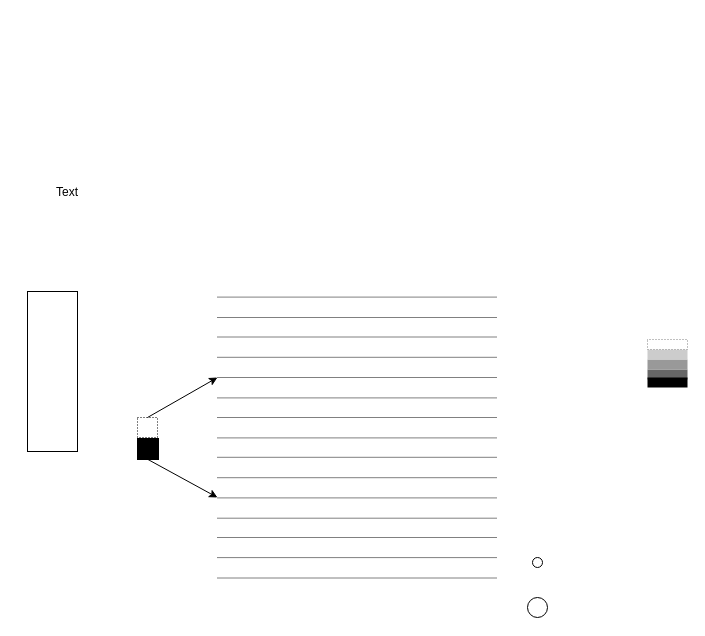
Earlier version of the draw.io diagram VQC-A01.drawio (BiancaMass/Diagrams). Source tidied: cells renumbered, new cells numbered last; positions are measured from the earlier drawing's top-left corner, leaving out a move shared by most shapes. Both pictures are drawn from the tidied source at 100%, with x=0, y=0 at pixel (17, 17).
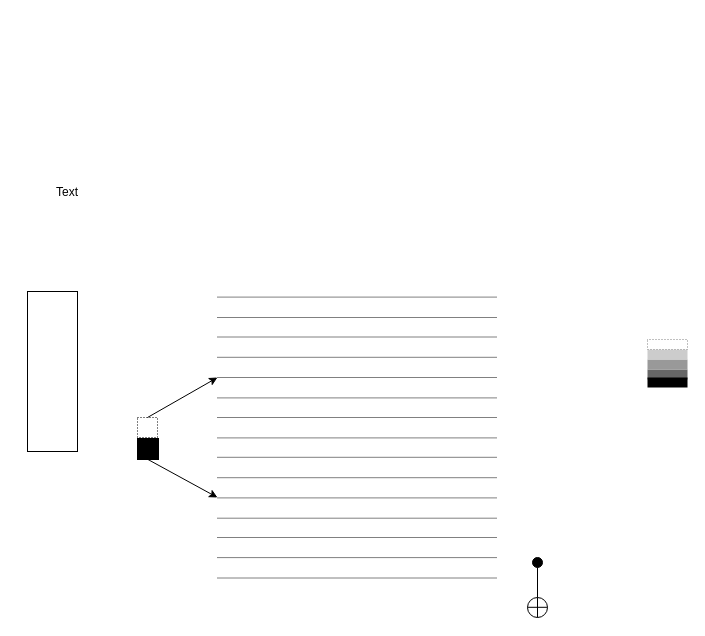
After the change.

What changed in the source:
```diff
@@
-    <mxCell id="15" style="ellipse;whiteSpace=wrap;html=1;" parent="1" vertex="1">
+    <mxCell id="15" style="ellipse;whiteSpace=wrap;html=1;fillColor=#000000;" parent="1" vertex="1">
       <mxGeometry x="515" y="540" width="10" height="10" as="geometry" />
     </mxCell>
@@
+    <mxCell id="31" style="endArrow=none;html=1;rounded=0;" parent="1" edge="1">
+      <mxGeometry relative="1" as="geometry">
+        <mxPoint x="510" y="589.8" as="sourcePoint" />
+        <mxPoint x="530" y="589.8" as="targetPoint" />
+      </mxGeometry>
+    </mxCell>
+    <mxCell id="32" style="endArrow=none;html=1;rounded=0;" parent="1" edge="1">
+      <mxGeometry relative="1" as="geometry">
+        <mxPoint x="520" y="600" as="sourcePoint" />
+        <mxPoint x="520" y="580" as="targetPoint" />
+      </mxGeometry>
+    </mxCell>
+    <mxCell id="33" style="endArrow=none;html=1;rounded=0;" parent="1" edge="1" target="15">
+      <mxGeometry relative="1" as="geometry">
+        <mxPoint x="520" y="580" as="sourcePoint" />
+      </mxGeometry>
+    </mxCell>
```
